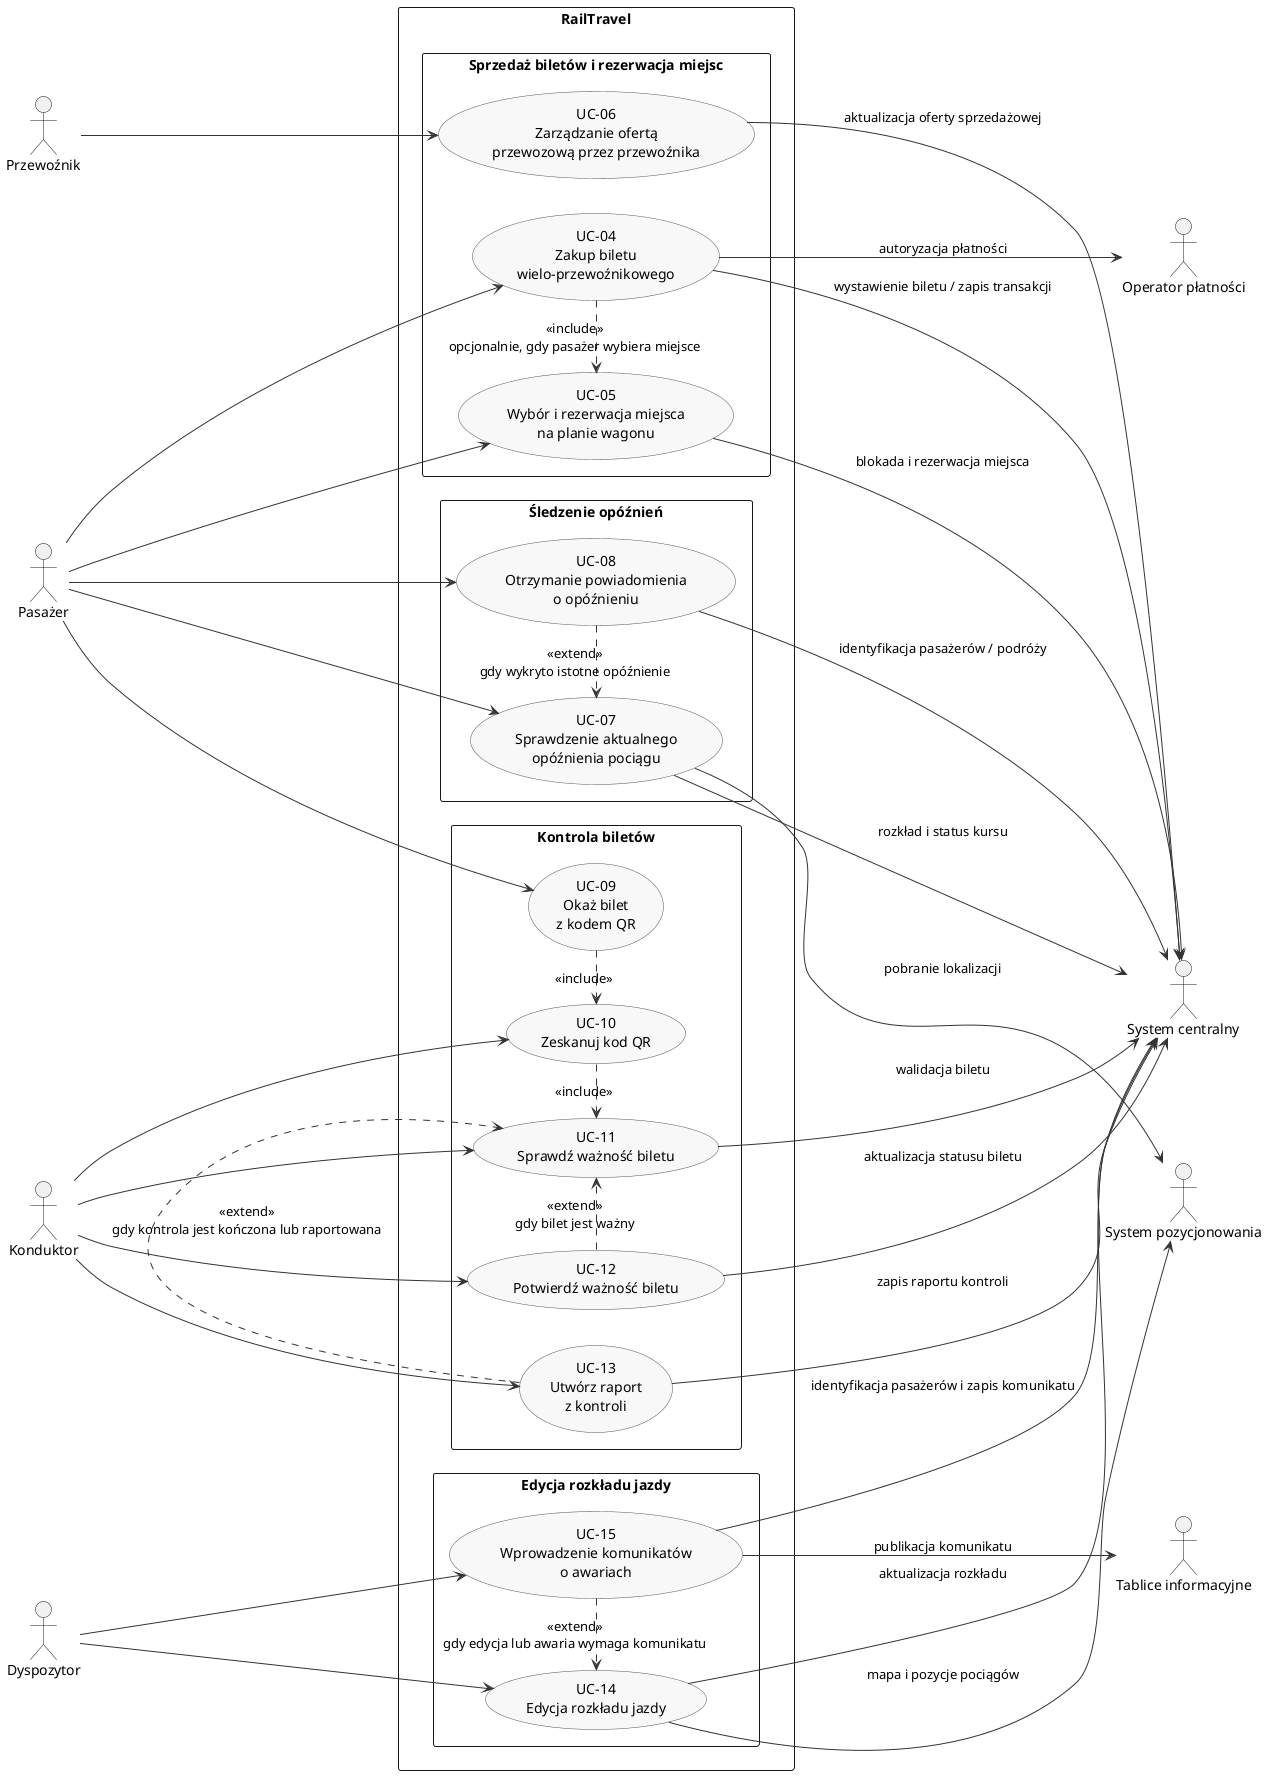
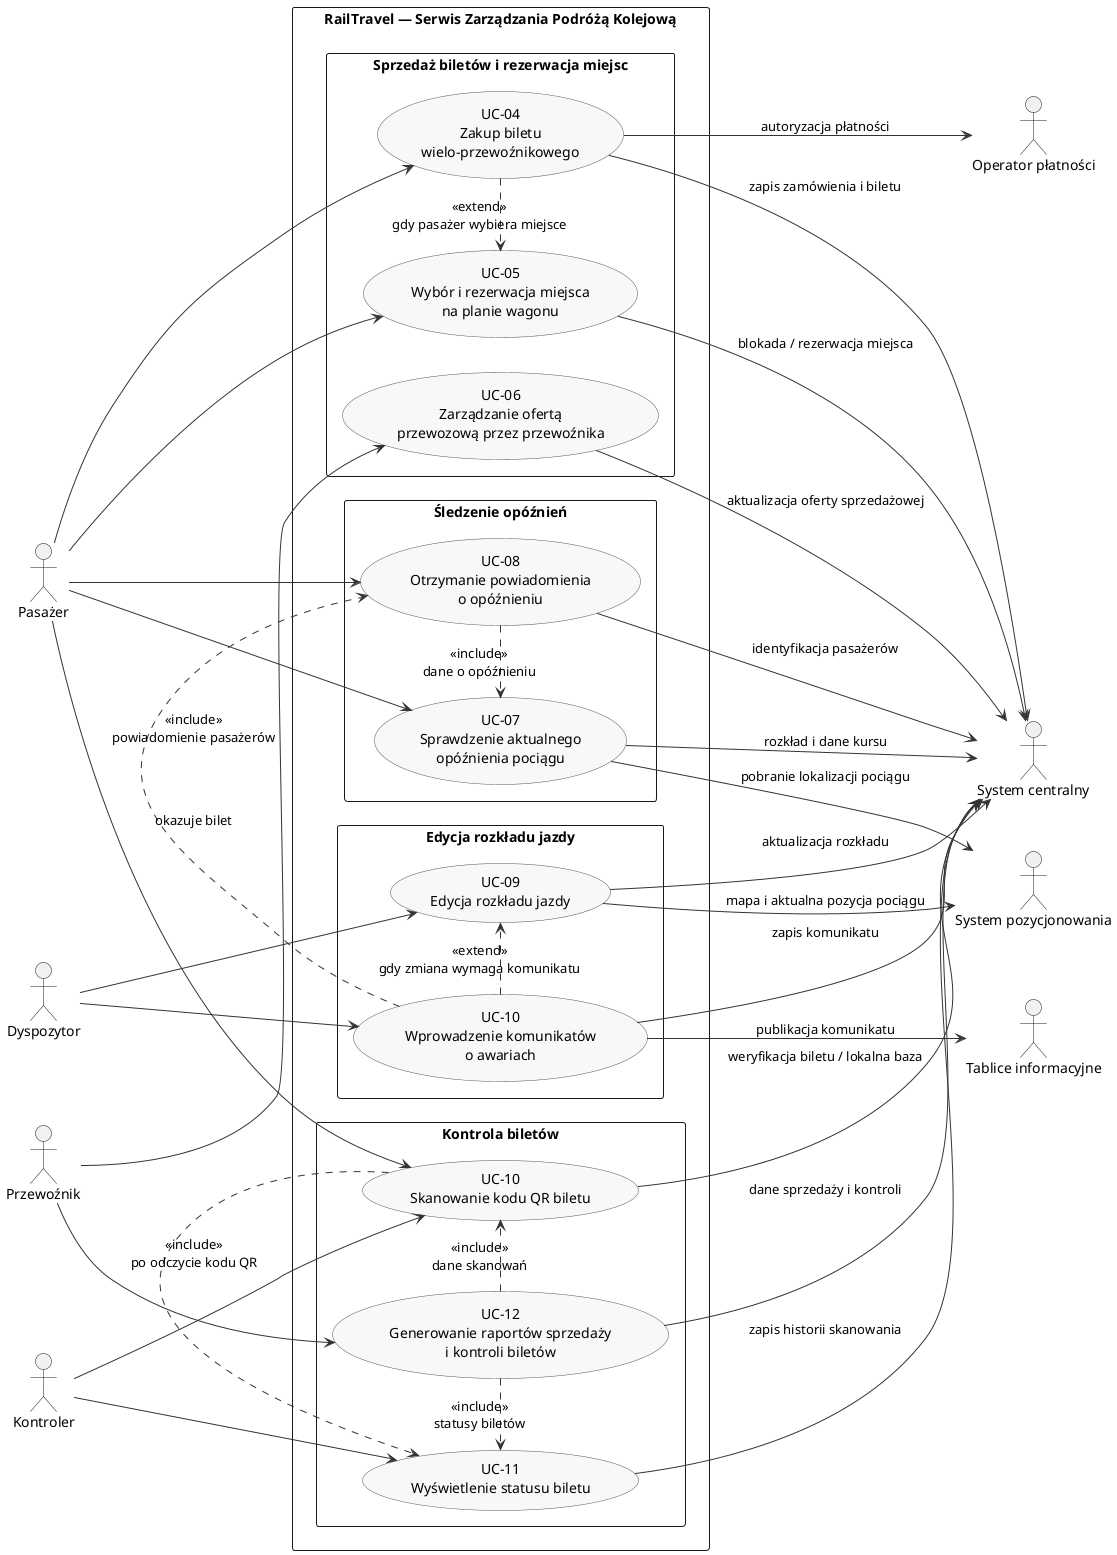
@startuml
left to right direction
+ 
skinparam packageStyle rectangle
skinparam usecase {
  BackgroundColor #F8F8F8
  BorderColor #555555
  ArrowColor #333333
}

actor "Pasażer" as Pasazer
actor "Przewoźnik" as Przewoznik
- actor "Konduktor" as Konduktor
actor "Dyspozytor" as Dyspozytor
+ actor "Kontroler" as Kontroler

actor "Operator płatności" as OperatorPlatnosci
- actor "System centralny" as SystemCentralny
actor "System pozycjonowania" as SystemPozycjonowania
actor "Tablice informacyjne" as TabliceInformacyjne
+ actor "System centralny" as SystemCentralny

- rectangle "RailTravel" {
+ rectangle "RailTravel — Serwis Zarządzania Podróżą Kolejową" {

  package "Sprzedaż biletów i rezerwacja miejsc" {
    usecase "UC-04\nZakup biletu\nwielo-przewoźnikowego" as UC04
    usecase "UC-05\nWybór i rezerwacja miejsca\nna planie wagonu" as UC05
    usecase "UC-06\nZarządzanie ofertą\nprzewozową przez przewoźnika" as UC06
  }

  package "Śledzenie opóźnień" {
    usecase "UC-07\nSprawdzenie aktualnego\nopóźnienia pociągu" as UC07
    usecase "UC-08\nOtrzymanie powiadomienia\no opóźnieniu" as UC08
  }

-   package "Kontrola biletów" {
-     usecase "UC-09\nOkaż bilet\nz kodem QR" as UC09
-     usecase "UC-10\nZeskanuj kod QR" as UC10
-     usecase "UC-11\nSprawdź ważność biletu" as UC11
-     usecase "UC-12\nPotwierdź ważność biletu" as UC12
-     usecase "UC-13\nUtwórz raport\nz kontroli" as UC13
+   package "Edycja rozkładu jazdy" {
+     usecase "UC-09\nEdycja rozkładu jazdy" as UC09
+     usecase "UC-10\nWprowadzenie komunikatów\no awariach" as UC10_Awaria
  }

-   package "Edycja rozkładu jazdy" {
-     usecase "UC-14\nEdycja rozkładu jazdy" as UC14
-     usecase "UC-15\nWprowadzenie komunikatów\no awariach" as UC15
+   package "Kontrola biletów" {
+     usecase "UC-10\nSkanowanie kodu QR biletu" as UC10_QR
+     usecase "UC-11\nWyświetlenie statusu biletu" as UC11
+     usecase "UC-12\nGenerowanie raportów sprzedaży\ni kontroli biletów" as UC12
  }
}

- ' --- Sprzedaż i rezerwacja ---
+ ' === Sprzedaż biletów i rezerwacja miejsc ===
Pasazer --> UC04
Pasazer --> UC05
Przewoznik --> UC06

- UC04 .> UC05 : <<include>>\nopcjonalnie, gdy pasażer wybiera miejsce
+ UC04 .> UC05 : <<extend>>\ngdy pasażer wybiera miejsce
UC04 --> OperatorPlatnosci : autoryzacja płatności
- UC04 --> SystemCentralny : wystawienie biletu / zapis transakcji
+ UC04 --> SystemCentralny : zapis zamówienia i biletu

- UC05 --> SystemCentralny : blokada i rezerwacja miejsca
+ UC05 --> SystemCentralny : blokada / rezerwacja miejsca
UC06 --> SystemCentralny : aktualizacja oferty sprzedażowej

- ' --- Śledzenie opóźnień ---
+ ' === Śledzenie opóźnień ===
Pasazer --> UC07
Pasazer --> UC08

- UC07 --> SystemPozycjonowania : pobranie lokalizacji
- UC07 --> SystemCentralny : rozkład i status kursu
+ UC07 --> SystemPozycjonowania : pobranie lokalizacji pociągu
+ UC07 --> SystemCentralny : rozkład i dane kursu

- UC08 .> UC07 : <<extend>>\ngdy wykryto istotne opóźnienie
- UC08 --> SystemCentralny : identyfikacja pasażerów / podróży
+ UC08 .> UC07 : <<include>>\ndane o opóźnieniu
+ UC08 --> SystemCentralny : identyfikacja pasażerów

- ' --- Kontrola biletów ---
- Pasazer --> UC09
- Konduktor --> UC10
- Konduktor --> UC11
- Konduktor --> UC12
- Konduktor --> UC13
+ ' === Edycja rozkładu jazdy ===
+ Dyspozytor --> UC09
+ Dyspozytor --> UC10_Awaria

- UC09 .> UC10 : <<include>>
- UC10 .> UC11 : <<include>>
- UC12 .> UC11 : <<extend>>\ngdy bilet jest ważny
- UC13 .> UC11 : <<extend>>\ngdy kontrola jest kończona lub raportowana
+ UC09 --> SystemPozycjonowania : mapa i aktualna pozycja pociągu
+ UC09 --> SystemCentralny : aktualizacja rozkładu

- UC11 --> SystemCentralny : walidacja biletu
- UC12 --> SystemCentralny : aktualizacja statusu biletu
- UC13 --> SystemCentralny : zapis raportu kontroli
+ UC10_Awaria .> UC09 : <<extend>>\ngdy zmiana wymaga komunikatu
+ UC10_Awaria --> SystemCentralny : zapis komunikatu
+ UC10_Awaria --> TabliceInformacyjne : publikacja komunikatu
+ UC10_Awaria .> UC08 : <<include>>\npowiadomienie pasażerów

- ' --- Edycja rozkładu jazdy ---
- Dyspozytor --> UC14
- Dyspozytor --> UC15
+ ' === Kontrola biletów ===
+ Kontroler --> UC10_QR
+ Kontroler --> UC11
+ Przewoznik --> UC12

- UC15 .> UC14 : <<extend>>\ngdy edycja lub awaria wymaga komunikatu
- UC14 --> SystemPozycjonowania : mapa i pozycje pociągów
- UC14 --> SystemCentralny : aktualizacja rozkładu
+ Pasazer --> UC10_QR : okazuje bilet

- UC15 --> SystemCentralny : identyfikacja pasażerów i zapis komunikatu
- UC15 --> TabliceInformacyjne : publikacja komunikatu
+ UC10_QR .> UC11 : <<include>>\npo odczycie kodu QR
+ UC10_QR --> SystemCentralny : weryfikacja biletu / lokalna baza
+ 
+ UC11 --> SystemCentralny : zapis historii skanowania
+ UC12 .> UC10_QR : <<include>>\ndane skanowań
+ UC12 .> UC11 : <<include>>\nstatusy biletów
+ UC12 --> SystemCentralny : dane sprzedaży i kontroli

@enduml
